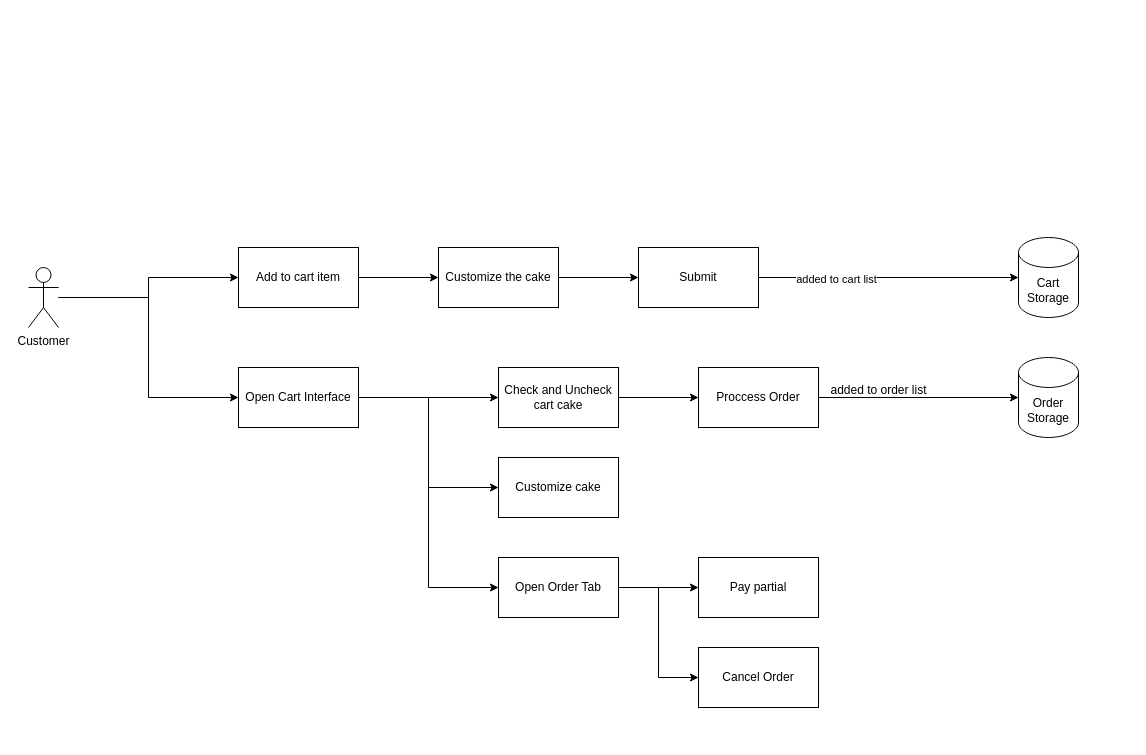
Before: others/Diagram/Customer Use Case.drawio in ButzAmaga/BarBakeQueue, a draw.io diagram. Source tidied: cells renumbered, new cells numbered last; positions are measured from the earlier drawing's top-left corner, leaving out a move shared by most shapes. Both pictures are drawn from the tidied source at 100%, with x=0, y=0 at pixel (28, 237).
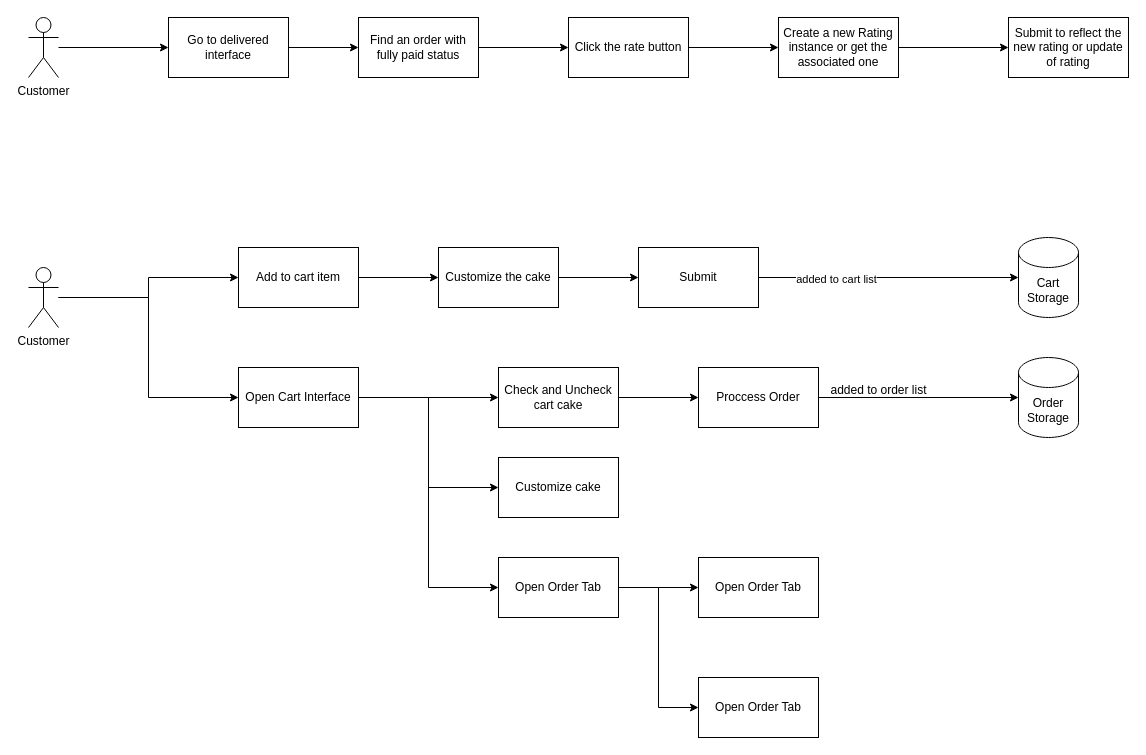
After the change.

Commit message (it also covers changes not shown here):
fixed the customer drop transaction

Diff of the diagram source:
```diff
@@
-    <mxCell id="27" value="Pay partial" style="rounded=0;whiteSpace=wrap;html=1;" parent="1" vertex="1">
+    <mxCell id="27" value="Open Order Tab" style="rounded=0;whiteSpace=wrap;html=1;" parent="1" vertex="1">
       <mxGeometry x="670" y="320" width="120" height="60" as="geometry" />
     </mxCell>
-    <mxCell id="28" value="Cancel Order" style="rounded=0;whiteSpace=wrap;html=1;" parent="1" vertex="1">
-      <mxGeometry x="670" y="410" width="120" height="60" as="geometry" />
+    <mxCell id="28" value="Open Order Tab" style="rounded=0;whiteSpace=wrap;html=1;" parent="1" vertex="1">
+      <mxGeometry x="670" y="440" width="120" height="60" as="geometry" />
     </mxCell>
+    <mxCell id="29" style="edgeStyle=orthogonalEdgeStyle;rounded=0;jettySize=auto;html=1;entryX=0;entryY=0.5;entryDx=0;entryDy=0;" parent="1" edge="1" source="30" target="32">
+      <mxGeometry relative="1" as="geometry" />
+    </mxCell>
+    <mxCell id="30" value="Customer" style="shape=umlActor;verticalLabelPosition=bottom;verticalAlign=top;html=1;outlineConnect=0;" parent="1" vertex="1">
+      <mxGeometry y="-220" width="30" height="60" as="geometry" />
+    </mxCell>
+    <mxCell id="31" style="edgeStyle=orthogonalEdgeStyle;rounded=0;jettySize=auto;html=1;entryX=0;entryY=0.5;entryDx=0;entryDy=0;" parent="1" edge="1" source="32" target="34">
+      <mxGeometry relative="1" as="geometry" />
+    </mxCell>
+    <mxCell id="32" value="Go to delivered interface" style="rounded=0;whiteSpace=wrap;html=1;" parent="1" vertex="1">
+      <mxGeometry x="140" y="-220" width="120" height="60" as="geometry" />
+    </mxCell>
+    <mxCell id="33" style="edgeStyle=orthogonalEdgeStyle;rounded=0;jettySize=auto;html=1;" parent="1" edge="1" source="34" target="36">
+      <mxGeometry relative="1" as="geometry" />
+    </mxCell>
+    <mxCell id="34" value="Find an order with fully paid status" style="rounded=0;whiteSpace=wrap;html=1;" parent="1" vertex="1">
+      <mxGeometry x="330" y="-220" width="120" height="60" as="geometry" />
+    </mxCell>
+    <mxCell id="35" style="edgeStyle=orthogonalEdgeStyle;rounded=0;jettySize=auto;html=1;entryX=0;entryY=0.5;entryDx=0;entryDy=0;" parent="1" edge="1" source="36" target="38">
+      <mxGeometry relative="1" as="geometry" />
+    </mxCell>
+    <mxCell id="36" value="Click the rate button" style="rounded=0;whiteSpace=wrap;html=1;" parent="1" vertex="1">
+      <mxGeometry x="540" y="-220" width="120" height="60" as="geometry" />
+    </mxCell>
+    <mxCell id="37" style="edgeStyle=orthogonalEdgeStyle;rounded=0;jettySize=auto;html=1;" parent="1" edge="1" source="38" target="39">
+      <mxGeometry relative="1" as="geometry" />
+    </mxCell>
+    <mxCell id="38" value="Create a new Rating instance or get the associated one" style="rounded=0;whiteSpace=wrap;html=1;" parent="1" vertex="1">
+      <mxGeometry x="750" y="-220" width="120" height="60" as="geometry" />
+    </mxCell>
+    <mxCell id="39" value="Submit to reflect the new rating or update of rating" style="rounded=0;whiteSpace=wrap;html=1;" parent="1" vertex="1">
+      <mxGeometry x="980" y="-220" width="120" height="60" as="geometry" />
+    </mxCell>
```
